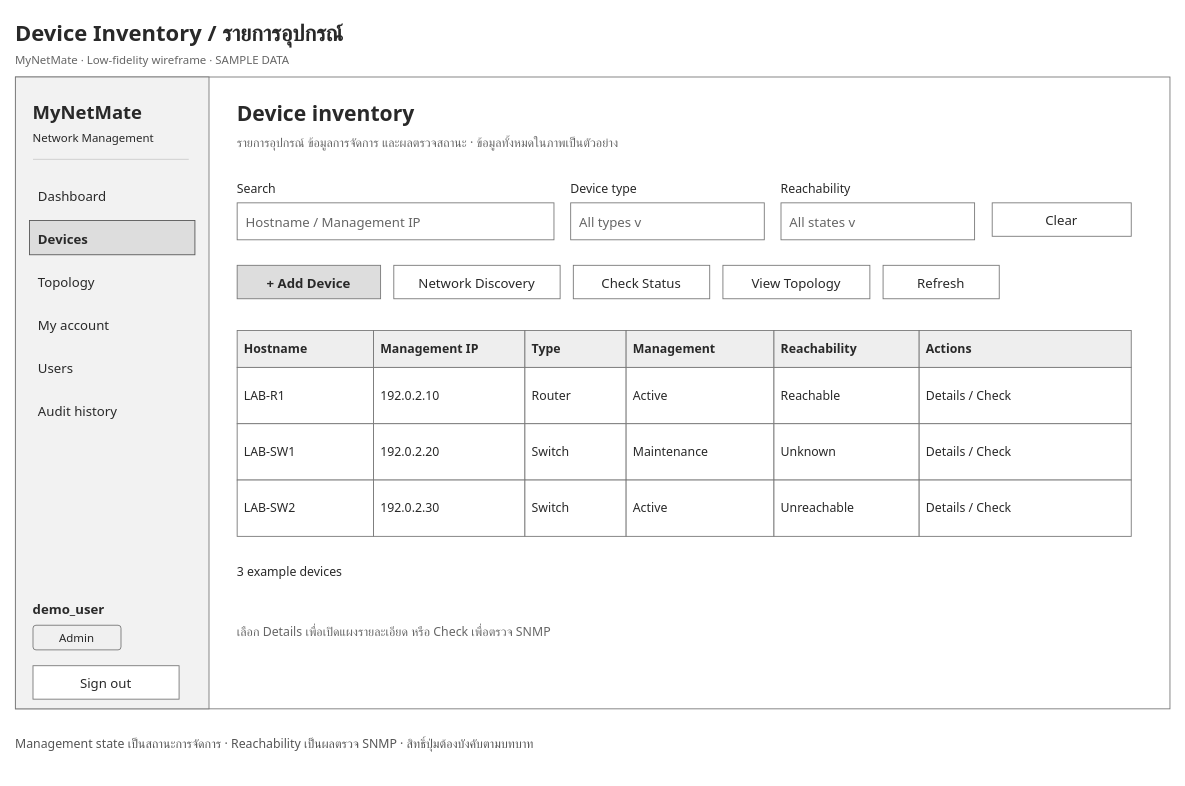
Above: page "Device Inventory / รายการอุปกรณ์" (3 of 13) of outputs/thesis/ui-design/chapter-3-8-package/editable/mynetmate-ui-wireframes.drawio in napgat/NyNetMate-Research (draw.io), before the change. Source tidied: cells renumbered, new cells numbered last; positions are measured from the earlier drawing's top-left corner, leaving out a move shared by most shapes. Both pictures are drawn from the tidied source at 88%, with x=0, y=0 at pixel (15, 15).
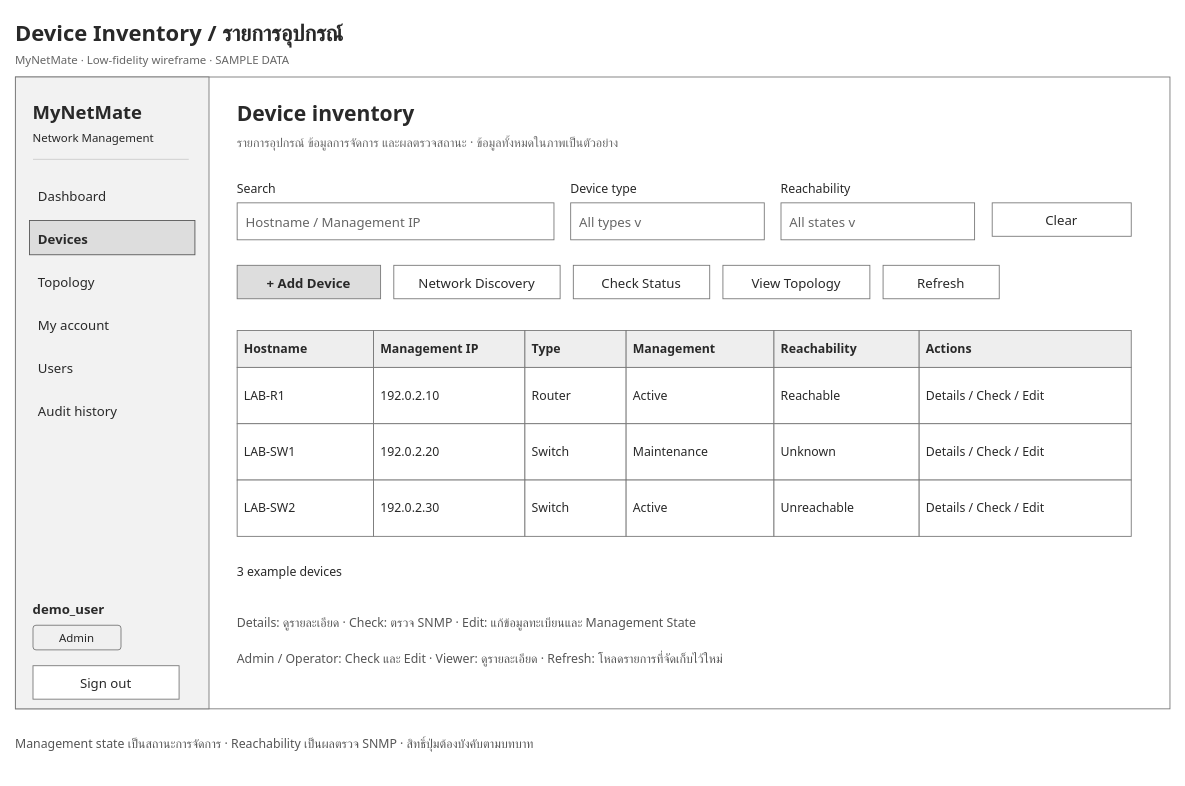
The same page after the edit.

What changed in the source:
```diff
@@
-    <mxCell id="44" value="Details / Check" style="html=1;whiteSpace=wrap;rounded=0;fontFamily=Tahoma;fontSize=15;fontColor=#292929;strokeColor=#777777;strokeWidth=1;fillColor=#ffffff;align=left;verticalAlign=middle;spacing=10;fontSize=14;spacing=8;" parent="1" vertex="1">
+    <mxCell id="44" value="Details / Check / Edit" style="html=1;whiteSpace=wrap;rounded=0;fontFamily=Tahoma;fontSize=15;fontColor=#292929;strokeColor=#777777;strokeWidth=1;fillColor=#ffffff;align=left;verticalAlign=middle;spacing=10;fontSize=14;spacing=8;" parent="1" vertex="1">
       <mxGeometry x="1027" y="400" width="241" height="64" as="geometry" />
     </mxCell>
@@
-    <mxCell id="50" value="Details / Check" style="html=1;whiteSpace=wrap;rounded=0;fontFamily=Tahoma;fontSize=15;fontColor=#292929;strokeColor=#777777;strokeWidth=1;fillColor=#ffffff;align=left;verticalAlign=middle;spacing=10;fontSize=14;spacing=8;" parent="1" vertex="1">
+    <mxCell id="50" value="Details / Check / Edit" style="html=1;whiteSpace=wrap;rounded=0;fontFamily=Tahoma;fontSize=15;fontColor=#292929;strokeColor=#777777;strokeWidth=1;fillColor=#ffffff;align=left;verticalAlign=middle;spacing=10;fontSize=14;spacing=8;" parent="1" vertex="1">
       <mxGeometry x="1027" y="464" width="241" height="64" as="geometry" />
     </mxCell>
@@
-    <mxCell id="56" value="Details / Check" style="html=1;whiteSpace=wrap;rounded=0;fontFamily=Tahoma;fontSize=15;fontColor=#292929;strokeColor=#777777;strokeWidth=1;fillColor=#ffffff;align=left;verticalAlign=middle;spacing=10;fontSize=14;spacing=8;" parent="1" vertex="1">
+    <mxCell id="56" value="Details / Check / Edit" style="html=1;whiteSpace=wrap;rounded=0;fontFamily=Tahoma;fontSize=15;fontColor=#292929;strokeColor=#777777;strokeWidth=1;fillColor=#ffffff;align=left;verticalAlign=middle;spacing=10;fontSize=14;spacing=8;" parent="1" vertex="1">
       <mxGeometry x="1027" y="528" width="241" height="64" as="geometry" />
     </mxCell>
@@
-    <mxCell id="58" value="เลือก Details เพื่อเปิดแผงรายละเอียด หรือ Check เพื่อตรวจ SNMP" style="html=1;whiteSpace=wrap;rounded=0;fontFamily=Tahoma;fontSize=15;fontColor=#292929;strokeColor=#777777;strokeWidth=1;fillColor=#ffffff;align=left;verticalAlign=middle;spacing=10;text;fillColor=none;strokeColor=none;spacing=0;fontSize=14;fontColor=#666666;" parent="1" vertex="1">
-      <mxGeometry x="252" y="688" width="1016" height="48" as="geometry" />
+    <mxCell id="58" value="Details: ดูรายละเอียด · Check: ตรวจ SNMP · Edit: แก้ข้อมูลทะเบียนและ Management State" style="html=1;whiteSpace=wrap;rounded=0;fontFamily=Tahoma;fontSize=15;fontColor=#292929;strokeColor=#777777;strokeWidth=1;fillColor=#ffffff;align=left;verticalAlign=middle;spacing=10;text;fillColor=none;strokeColor=none;spacing=0;fontSize=14;fontColor=#555555;" parent="1" vertex="1">
+      <mxGeometry x="252" y="678" width="1016" height="30" as="geometry" />
     </mxCell>
+    <mxCell id="59" value="Admin / Operator: Check และ Edit · Viewer: ดูรายละเอียด · Refresh: โหลดรายการที่จัดเก็บไว้ใหม่" style="html=1;whiteSpace=wrap;rounded=0;fontFamily=Tahoma;fontSize=15;fontColor=#292929;strokeColor=#777777;strokeWidth=1;fillColor=#ffffff;align=left;verticalAlign=middle;spacing=10;text;fillColor=none;strokeColor=none;spacing=0;fontSize=14;fontColor=#555555;" parent="1" vertex="1">
+      <mxGeometry x="252" y="718" width="1016" height="30" as="geometry" />
+    </mxCell>
```
